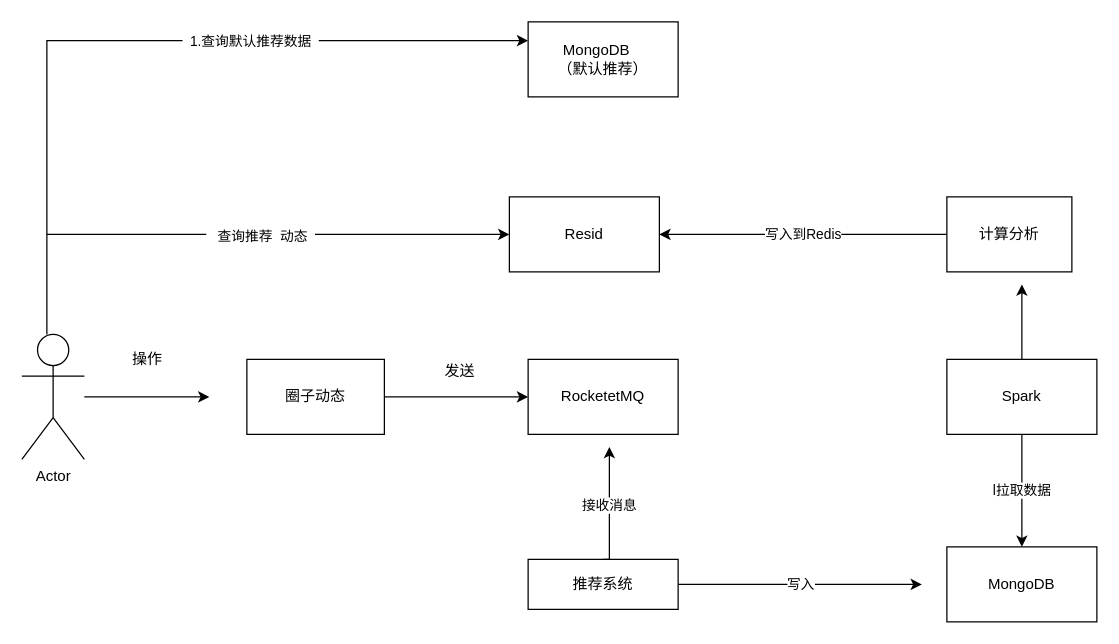
Before: Untitled Diagram.drawio in czwjclc/hello-word, a draw.io diagram. Source tidied: cells renumbered, new cells numbered last; positions are measured from the earlier drawing's top-left corner, leaving out a move shared by most shapes. Both pictures are drawn from the tidied source at 125%, with x=0, y=0 at pixel (21, 21).
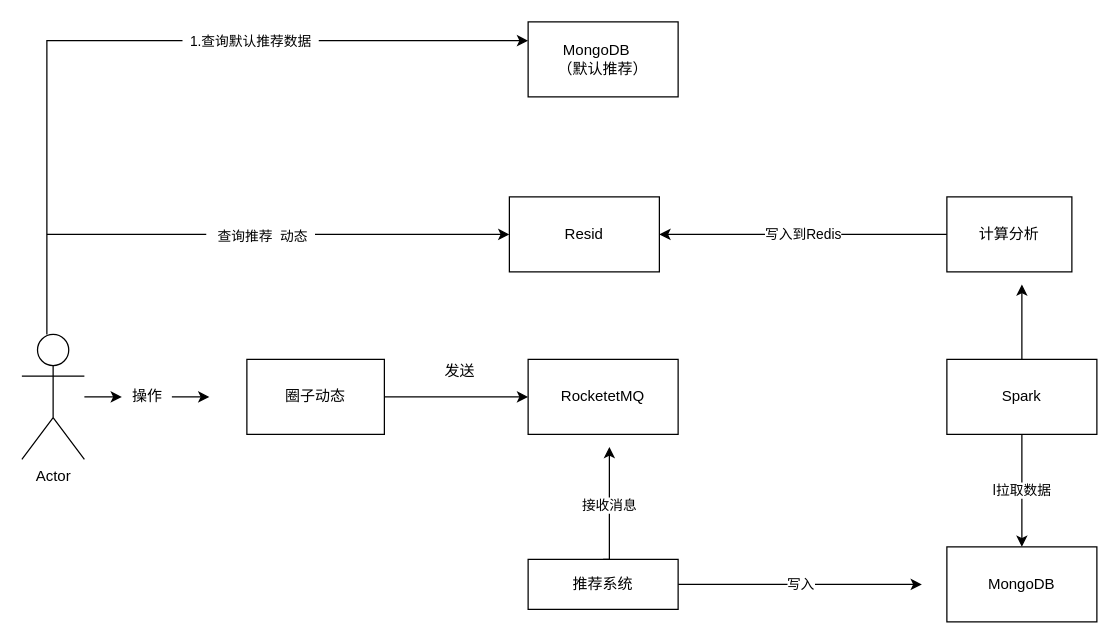
The same diagram, later.

The change refers to these unchanged cells:
```xml
<mxCell id="5" value="Actor" style="shape=umlActor;verticalLabelPosition=bottom;verticalAlign=top;html=1;outlineConnect=0;" parent="1" vertex="1">
  <mxGeometry y="250" width="50" height="100" as="geometry" />
</mxCell>
```

Diff of the diagram source:
```diff
@@
-    <mxCell id="2" style="edgeStyle=orthogonalEdgeStyle;rounded=0;jettySize=auto;html=1;" parent="1" edge="1" source="5">
+    <mxCell id="2" style="edgeStyle=orthogonalEdgeStyle;rounded=0;jettySize=auto;html=1;" parent="1" edge="1" source="11">
       <mxGeometry relative="1" as="geometry">
         <mxPoint x="150" y="300" as="targetPoint" />
         <Array as="points">
-          <mxPoint x="100" y="300" />
-          <mxPoint x="100" y="300" />
+          <mxPoint x="140" y="300" />
+          <mxPoint x="140" y="300" />
         </Array>
       </mxGeometry>
     </mxCell>
@@
-    <mxCell id="11" value="&lt;font style=&quot;font-size: 12px&quot;&gt;操作&lt;/font&gt;" style="text;html=1;align=center;verticalAlign=middle;points=[];" parent="1" vertex="1">
-      <mxGeometry x="80" y="260" width="40" height="20" as="geometry" />
-    </mxCell>
@@
+    <mxCell id="11" value="&lt;font style=&quot;font-size: 12px&quot;&gt;操作&lt;/font&gt;" style="text;html=1;align=center;verticalAlign=middle;points=[];" parent="1" vertex="1">
+      <mxGeometry x="80" y="290" width="40" height="20" as="geometry" />
+    </mxCell>
+    <mxCell id="24" style="edgeStyle=orthogonalEdgeStyle;rounded=0;jettySize=auto;html=1;" parent="1" edge="1" source="5" target="11">
+      <mxGeometry relative="1" as="geometry" />
+    </mxCell>
```
